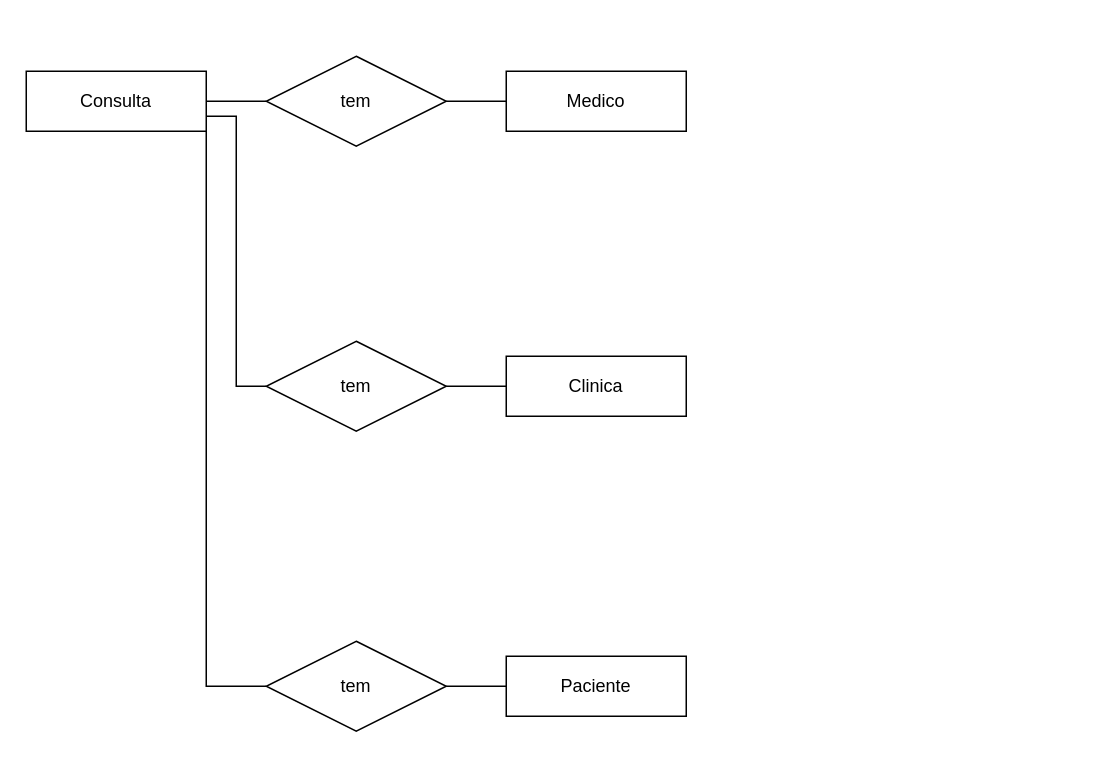
This is page "Clinica-Conceitual" (1 of 4) of Banco de dados/TechMarket.drawio from raphaelz3/ProjetoEComerceSenai, a draw.io file, before an edit. Source tidied: cells renumbered, new cells numbered last; positions are measured from the earlier drawing's top-left corner, leaving out a move shared by most shapes. Both pictures are drawn from the tidied source at 150%, with x=0, y=0 at pixel (26, 56).
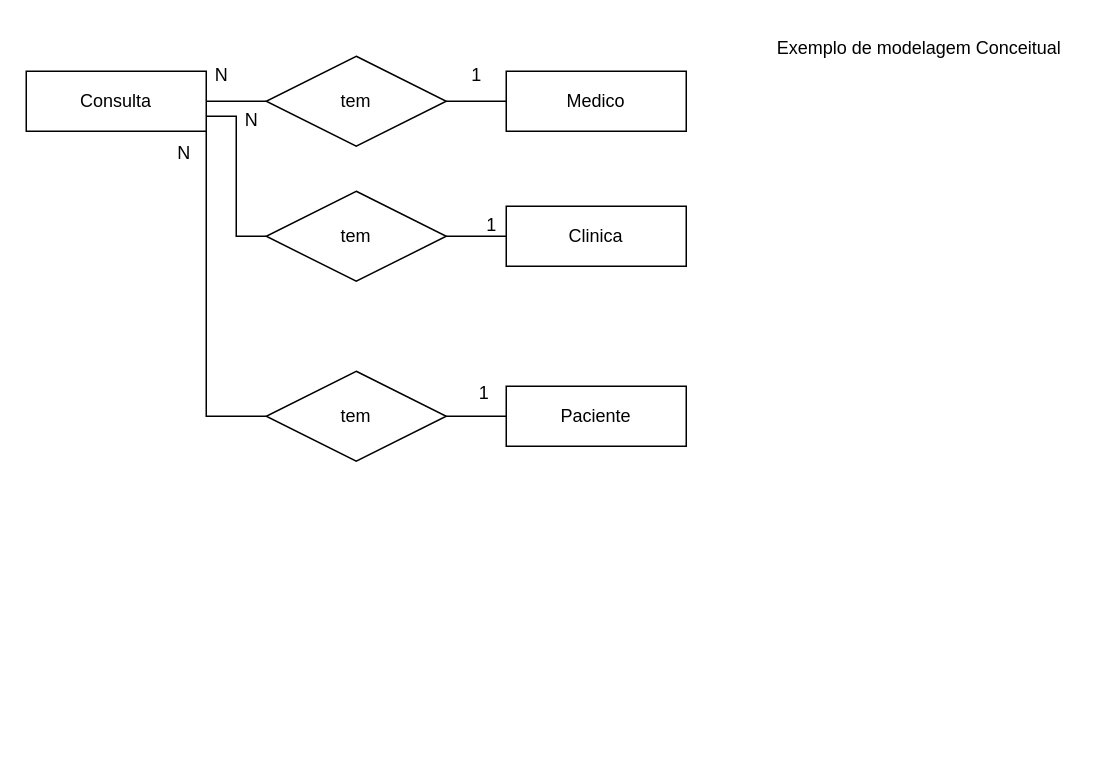
After the change.

Commit message (it also covers changes not shown here):
Atualizacao modelagem

The edit, as a diff of the source:
```diff
@@
     <mxCell id="9" value="Paciente" style="whiteSpace=wrap;html=1;align=center;" parent="1" vertex="1">
-      <mxGeometry x="320" y="400" width="120" height="40" as="geometry" />
+      <mxGeometry x="320" y="220" width="120" height="40" as="geometry" />
     </mxCell>
@@
     <mxCell id="11" value="Clinica" style="whiteSpace=wrap;html=1;align=center;" parent="1" vertex="1">
-      <mxGeometry x="320" y="200" width="120" height="40" as="geometry" />
+      <mxGeometry x="320" y="100" width="120" height="40" as="geometry" />
     </mxCell>
@@
     <mxCell id="13" value="tem" style="shape=rhombus;perimeter=rhombusPerimeter;whiteSpace=wrap;html=1;align=center;" parent="1" vertex="1">
-      <mxGeometry x="160" y="190" width="120" height="60" as="geometry" />
+      <mxGeometry x="160" y="90" width="120" height="60" as="geometry" />
     </mxCell>
     <mxCell id="14" value="tem" style="shape=rhombus;perimeter=rhombusPerimeter;whiteSpace=wrap;html=1;align=center;" parent="1" vertex="1">
-      <mxGeometry x="160" y="390" width="120" height="60" as="geometry" />
+      <mxGeometry x="160" y="210" width="120" height="60" as="geometry" />
     </mxCell>
+    <mxCell id="15" value="1" style="text;html=1;align=center;verticalAlign=middle;strokeColor=none;fillColor=none;" parent="1" vertex="1">
+      <mxGeometry x="295" y="98" width="30" height="30" as="geometry" />
+    </mxCell>
+    <mxCell id="16" value="N" style="text;html=1;align=center;verticalAlign=middle;strokeColor=none;fillColor=none;" parent="1" vertex="1">
+      <mxGeometry x="135" y="28" width="30" height="30" as="geometry" />
+    </mxCell>
+    <mxCell id="17" value="N" style="text;html=1;align=center;verticalAlign=middle;strokeColor=none;fillColor=none;" parent="1" vertex="1">
+      <mxGeometry x="90" y="50" width="30" height="30" as="geometry" />
+    </mxCell>
+    <mxCell id="18" value="1" style="text;html=1;align=center;verticalAlign=middle;strokeColor=none;fillColor=none;" parent="1" vertex="1">
+      <mxGeometry x="290" y="210" width="30" height="30" as="geometry" />
+    </mxCell>
+    <mxCell id="19" value="1" style="text;html=1;align=center;verticalAlign=middle;strokeColor=none;fillColor=none;" parent="1" vertex="1">
+      <mxGeometry x="285" y="-2" width="30" height="30" as="geometry" />
+    </mxCell>
+    <mxCell id="20" value="N" style="text;html=1;align=center;verticalAlign=middle;strokeColor=none;fillColor=none;" parent="1" vertex="1">
+      <mxGeometry x="115" y="-2" width="30" height="30" as="geometry" />
+    </mxCell>
+    <mxCell id="21" value="Exemplo de modelagem Conceitual" style="text;html=1;align=center;verticalAlign=middle;strokeColor=none;fillColor=none;" parent="1" vertex="1">
+      <mxGeometry x="490" y="-20" width="210" height="30" as="geometry" />
+    </mxCell>
```
